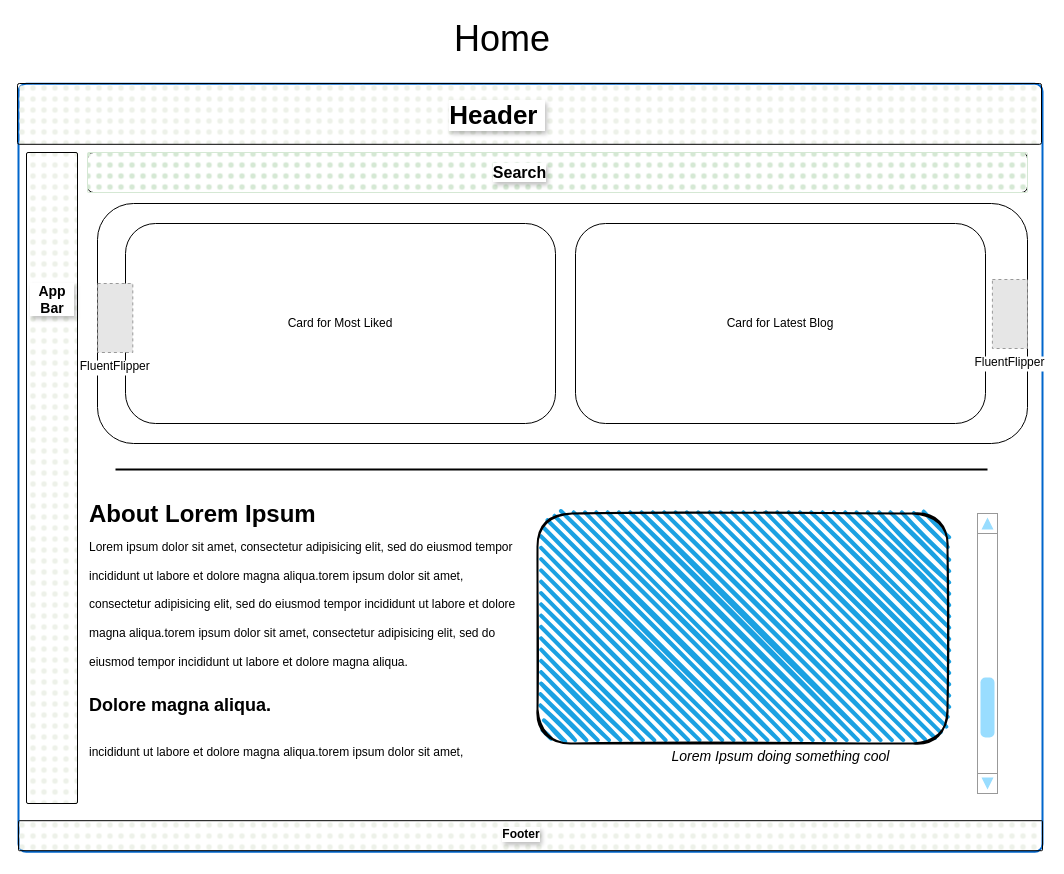
This is page "Ver1Home" (11 of 11) of docs/Mocks_SF.drawio from freemindlabsinc/IntelliBlog, a draw.io file, before an edit. Source tidied: cells renumbered, new cells numbered last; positions are measured from the earlier drawing's top-left corner, leaving out a move shared by most shapes. Both pictures are drawn from the tidied source at 100%, with x=0, y=0 at pixel (17, 23). Pictures stored in the file or linked from it are replaced by grey dashed boxes.
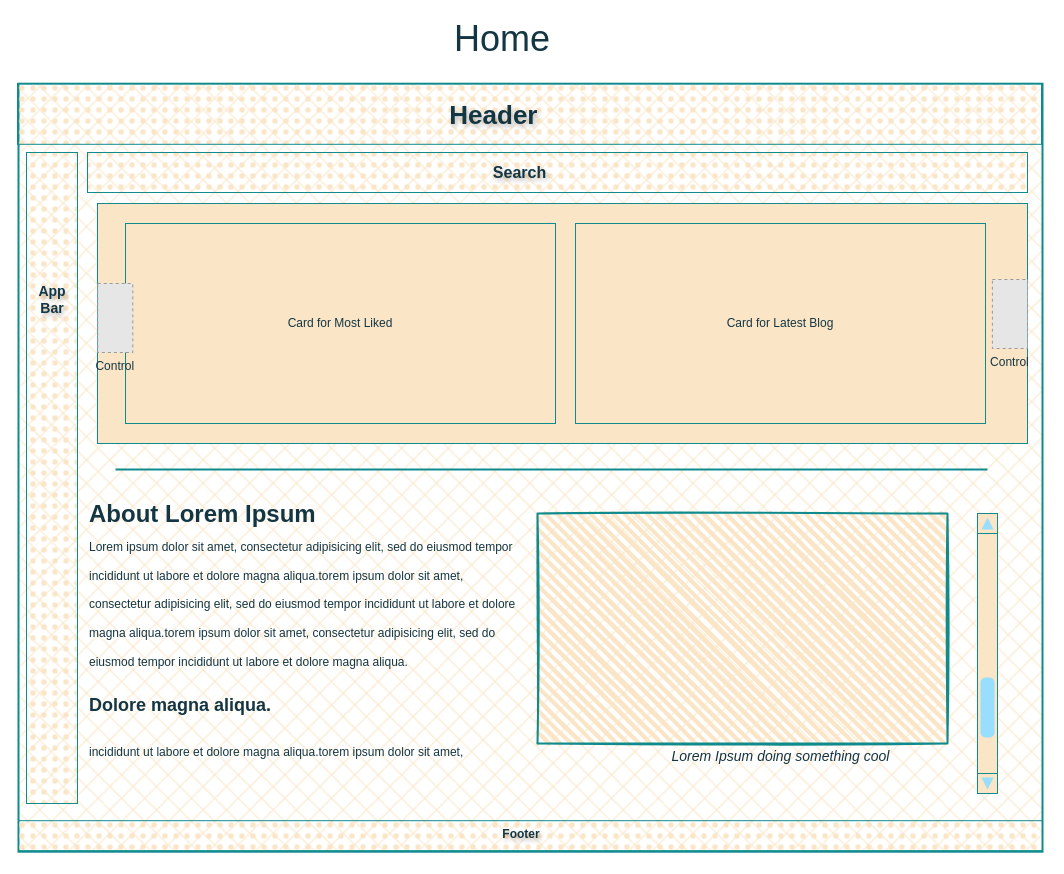
After the change.

Diff of the diagram source:
```diff
@@
-    <mxCell id="2" value="&#10;" style="group;" parent="1" vertex="1">
+    <mxCell id="2" value="&#10;" style="group;rounded=0;labelBackgroundColor=none;fontColor=#143642;" parent="1" vertex="1">
       <mxGeometry y="60" width="1025" height="768.2" as="geometry" />
     </mxCell>
-    <mxCell id="3" style="rounded=1;whiteSpace=wrap;html=1;fillStyle=cross-hatch;strokeColor=#0066CC;align=center;verticalAlign=middle;arcSize=1;fontFamily=Helvetica;fontSize=12;fontColor=default;fillColor=default;strokeWidth=2;" parent="2" vertex="1">
+    <mxCell id="3" style="rounded=0;whiteSpace=wrap;html=1;fillStyle=cross-hatch;strokeColor=#0F8B8D;align=center;verticalAlign=middle;arcSize=1;fontFamily=Helvetica;fontSize=12;fontColor=#143642;fillColor=#FAE5C7;strokeWidth=2;labelBackgroundColor=none;" parent="2" vertex="1">
       <mxGeometry x="1" y="0.2" width="1024" height="768" as="geometry" />
     </mxCell>
-    <mxCell id="4" style="rounded=1;whiteSpace=wrap;html=1;fillStyle=dots;strokeColor=default;align=center;verticalAlign=middle;arcSize=3;fontFamily=Helvetica;fontSize=12;fontColor=default;fillColor=#edf1e9;" parent="2" vertex="1">
+    <mxCell id="4" style="rounded=0;whiteSpace=wrap;html=1;fillStyle=dots;strokeColor=#0F8B8D;align=center;verticalAlign=middle;arcSize=3;fontFamily=Helvetica;fontSize=12;fontColor=#143642;fillColor=#FAE5C7;labelBackgroundColor=none;" parent="2" vertex="1">
       <mxGeometry x="9" y="69" width="51" height="651" as="geometry" />
     </mxCell>
-    <mxCell id="5" value="&lt;font size=&quot;1&quot; style=&quot;&quot;&gt;&lt;b style=&quot;font-size: 14px;&quot;&gt;App Bar&lt;/b&gt;&lt;/font&gt;" style="text;html=1;align=center;verticalAlign=middle;whiteSpace=wrap;rounded=1;fontFamily=Helvetica;fontSize=12;fontColor=default;shadow=1;glass=1;textShadow=1;labelBackgroundColor=default;" parent="2" vertex="1">
+    <mxCell id="5" value="&lt;font size=&quot;1&quot; style=&quot;&quot;&gt;&lt;b style=&quot;font-size: 14px;&quot;&gt;App Bar&lt;/b&gt;&lt;/font&gt;" style="text;html=1;align=center;verticalAlign=middle;whiteSpace=wrap;rounded=0;fontFamily=Helvetica;fontSize=12;fontColor=#143642;shadow=1;glass=1;textShadow=1;labelBackgroundColor=none;" parent="2" vertex="1">
       <mxGeometry x="11.8" y="191" width="45.5" height="50" as="geometry" />
     </mxCell>
-    <mxCell id="6" style="rounded=1;whiteSpace=wrap;html=1;fillStyle=dots;fillColor=#edf1e9;arcSize=3;strokeColor=default;align=center;verticalAlign=middle;fontFamily=Helvetica;fontSize=12;fontColor=default;" parent="2" vertex="1">
+    <mxCell id="6" style="rounded=0;whiteSpace=wrap;html=1;fillStyle=dots;fillColor=#FAE5C7;arcSize=3;strokeColor=#0F8B8D;align=center;verticalAlign=middle;fontFamily=Helvetica;fontSize=12;fontColor=#143642;labelBackgroundColor=none;" parent="2" vertex="1">
       <mxGeometry width="1024" height="60.8" as="geometry" />
     </mxCell>
-    <mxCell id="7" style="rounded=1;whiteSpace=wrap;html=1;fillStyle=dots;strokeColor=default;align=center;verticalAlign=middle;arcSize=3;fontFamily=Helvetica;fontSize=12;fontColor=default;fillColor=#edf1e9;" parent="2" vertex="1">
+    <mxCell id="7" style="rounded=0;whiteSpace=wrap;html=1;fillStyle=dots;strokeColor=#0F8B8D;align=center;verticalAlign=middle;arcSize=3;fontFamily=Helvetica;fontSize=12;fontColor=#143642;fillColor=#FAE5C7;labelBackgroundColor=none;" parent="2" vertex="1">
       <mxGeometry x="1" y="737.2" width="1024" height="30" as="geometry" />
     </mxCell>
-    <mxCell id="8" value="&lt;font style=&quot;font-size: 12px;&quot;&gt;&lt;b style=&quot;font-size: 12px;&quot;&gt;Footer&lt;/b&gt;&lt;/font&gt;" style="text;html=1;align=center;verticalAlign=middle;whiteSpace=wrap;rounded=1;fontFamily=Helvetica;fontSize=12;fontColor=default;shadow=1;glass=1;textShadow=1;labelBackgroundColor=default;" parent="2" vertex="1">
+    <mxCell id="8" value="&lt;font style=&quot;font-size: 12px;&quot;&gt;&lt;b style=&quot;font-size: 12px;&quot;&gt;Footer&lt;/b&gt;&lt;/font&gt;" style="text;html=1;align=center;verticalAlign=middle;whiteSpace=wrap;rounded=0;fontFamily=Helvetica;fontSize=12;fontColor=#143642;shadow=1;glass=1;textShadow=1;labelBackgroundColor=none;" parent="2" vertex="1">
       <mxGeometry x="454" y="736" width="100" height="30" as="geometry" />
     </mxCell>
-    <mxCell id="9" value="&lt;font style=&quot;font-size: 26px;&quot;&gt;&lt;b&gt;Header&amp;nbsp;&lt;/b&gt;&lt;/font&gt;" style="text;html=1;align=center;verticalAlign=middle;whiteSpace=wrap;rounded=1;fontFamily=Helvetica;fontSize=12;fontColor=default;shadow=1;glass=1;textShadow=1;labelBackgroundColor=default;" parent="2" vertex="1">
+    <mxCell id="9" value="&lt;font style=&quot;font-size: 26px;&quot;&gt;&lt;b&gt;Header&amp;nbsp;&lt;/b&gt;&lt;/font&gt;" style="text;html=1;align=center;verticalAlign=middle;whiteSpace=wrap;rounded=0;fontFamily=Helvetica;fontSize=12;fontColor=#143642;shadow=1;glass=1;textShadow=1;labelBackgroundColor=none;" parent="2" vertex="1">
       <mxGeometry x="430" y="17.1" width="100" height="30" as="geometry" />
     </mxCell>
-    <mxCell id="10" style="group;rounded=1;strokeColor=default;" parent="2" vertex="1">
+    <mxCell id="10" style="group;rounded=0;strokeColor=#0F8B8D;labelBackgroundColor=none;fontColor=#143642;" parent="2" vertex="1">
       <mxGeometry x="70" y="69" width="940" height="40" as="geometry" />
     </mxCell>
-    <mxCell id="11" style="rounded=1;whiteSpace=wrap;html=1;fillStyle=dots;strokeColor=#D5E8D4;align=center;verticalAlign=middle;arcSize=3;fontFamily=Helvetica;fontSize=12;fillColor=#d5e8d4;labelBackgroundColor=#CFCFCF;" parent="10" vertex="1">
+    <mxCell id="11" style="rounded=0;whiteSpace=wrap;html=1;fillStyle=dots;strokeColor=#0F8B8D;align=center;verticalAlign=middle;arcSize=3;fontFamily=Helvetica;fontSize=12;fillColor=#FAE5C7;labelBackgroundColor=none;fontColor=#143642;" parent="10" vertex="1">
       <mxGeometry width="940" height="40" as="geometry" />
     </mxCell>
-    <mxCell id="12" value="&lt;div&gt;&lt;font size=&quot;1&quot; style=&quot;&quot;&gt;&lt;b style=&quot;font-size: 16px;&quot;&gt;Search&lt;/b&gt;&lt;/font&gt;&lt;/div&gt;" style="text;html=1;align=center;verticalAlign=middle;whiteSpace=wrap;rounded=1;fontFamily=Helvetica;fontSize=12;fontColor=default;shadow=1;glass=1;textShadow=1;labelBackgroundColor=default;" parent="10" vertex="1">
+    <mxCell id="12" value="&lt;div&gt;&lt;font size=&quot;1&quot; style=&quot;&quot;&gt;&lt;b style=&quot;font-size: 16px;&quot;&gt;Search&lt;/b&gt;&lt;/font&gt;&lt;/div&gt;" style="text;html=1;align=center;verticalAlign=middle;whiteSpace=wrap;rounded=0;fontFamily=Helvetica;fontSize=12;fontColor=#143642;shadow=1;glass=1;textShadow=1;labelBackgroundColor=none;" parent="10" vertex="1">
       <mxGeometry x="345" y="5" width="174.7" height="30" as="geometry" />
     </mxCell>
-    <mxCell id="13" style="rounded=1;whiteSpace=wrap;html=1;" parent="2" vertex="1">
+    <mxCell id="13" style="rounded=0;whiteSpace=wrap;html=1;labelBackgroundColor=none;fillColor=#FAE5C7;strokeColor=#0F8B8D;fontColor=#143642;" parent="2" vertex="1">
       <mxGeometry x="80" y="120" width="930" height="240" as="geometry" />
     </mxCell>
-    <mxCell id="14" value="Card for Most Liked" style="rounded=1;whiteSpace=wrap;html=1;" parent="2" vertex="1">
+    <mxCell id="14" value="Card for Most Liked" style="rounded=0;whiteSpace=wrap;html=1;labelBackgroundColor=none;fillColor=#FAE5C7;strokeColor=#0F8B8D;fontColor=#143642;" parent="2" vertex="1">
       <mxGeometry x="108" y="140" width="430" height="200" as="geometry" />
     </mxCell>
-    <mxCell id="15" value="Card for Latest Blog" style="rounded=1;whiteSpace=wrap;html=1;" parent="2" vertex="1">
+    <mxCell id="15" value="Card for Latest Blog" style="rounded=0;whiteSpace=wrap;html=1;labelBackgroundColor=none;fillColor=#FAE5C7;strokeColor=#0F8B8D;fontColor=#143642;" parent="2" vertex="1">
       <mxGeometry x="558" y="140" width="410" height="200" as="geometry" />
     </mxCell>
-    <mxCell id="16" value="&lt;h1 style=&quot;margin-top: 0px;&quot;&gt;&lt;span style=&quot;background-color: initial;&quot;&gt;About Lorem Ipsum&lt;br&gt;&lt;/span&gt;&lt;span style=&quot;background-color: initial; font-size: 12px; font-weight: normal;&quot;&gt;Lorem ipsum dolor sit amet, consectetur adipisicing elit, sed do eiusmod tempor incididunt ut labore et dolore magna aliqua.&lt;/span&gt;&lt;font style=&quot;font-size: 12px; font-weight: normal;&quot;&gt;&lt;span style=&quot;background-color: initial;&quot;&gt;t&lt;/span&gt;orem ipsum dolor sit amet, consectetur adipisicing elit, sed do eiusmod tempor incididunt ut labore et dolore magna aliqua.torem ipsum dolor sit amet, consectetur adipisicing elit, sed do eiusmod tempor incididunt ut labore et dolore magna aliqua.&lt;/font&gt;&lt;br&gt;&lt;/h1&gt;&lt;h1 style=&quot;margin-top: 0px;&quot;&gt;&lt;font style=&quot;font-size: 18px;&quot;&gt;Dolore magna aliqua.&lt;/font&gt;&lt;/h1&gt;&lt;h1 style=&quot;margin-top: 0px;&quot;&gt;&lt;span style=&quot;background-color: initial; font-size: 12px; font-weight: normal;&quot;&gt;incididunt ut labore et dolore magna aliqua.&lt;/span&gt;&lt;font style=&quot;font-size: 12px; font-weight: normal;&quot;&gt;&lt;span style=&quot;background-color: initial;&quot;&gt;t&lt;/span&gt;orem ipsum dolor sit amet,&lt;/font&gt;&lt;/h1&gt;" style="text;html=1;whiteSpace=wrap;overflow=hidden;rounded=0;" parent="2" vertex="1">
+    <mxCell id="16" value="&lt;h1 style=&quot;margin-top: 0px;&quot;&gt;&lt;span style=&quot;background-color: initial;&quot;&gt;About Lorem Ipsum&lt;br&gt;&lt;/span&gt;&lt;span style=&quot;background-color: initial; font-size: 12px; font-weight: normal;&quot;&gt;Lorem ipsum dolor sit amet, consectetur adipisicing elit, sed do eiusmod tempor incididunt ut labore et dolore magna aliqua.&lt;/span&gt;&lt;font style=&quot;font-size: 12px; font-weight: normal;&quot;&gt;&lt;span style=&quot;background-color: initial;&quot;&gt;t&lt;/span&gt;orem ipsum dolor sit amet, consectetur adipisicing elit, sed do eiusmod tempor incididunt ut labore et dolore magna aliqua.torem ipsum dolor sit amet, consectetur adipisicing elit, sed do eiusmod tempor incididunt ut labore et dolore magna aliqua.&lt;/font&gt;&lt;br&gt;&lt;/h1&gt;&lt;h1 style=&quot;margin-top: 0px;&quot;&gt;&lt;font style=&quot;font-size: 18px;&quot;&gt;Dolore magna aliqua.&lt;/font&gt;&lt;/h1&gt;&lt;h1 style=&quot;margin-top: 0px;&quot;&gt;&lt;span style=&quot;background-color: initial; font-size: 12px; font-weight: normal;&quot;&gt;incididunt ut labore et dolore magna aliqua.&lt;/span&gt;&lt;font style=&quot;font-size: 12px; font-weight: normal;&quot;&gt;&lt;span style=&quot;background-color: initial;&quot;&gt;t&lt;/span&gt;orem ipsum dolor sit amet,&lt;/font&gt;&lt;/h1&gt;" style="text;html=1;whiteSpace=wrap;overflow=hidden;rounded=0;labelBackgroundColor=none;fontColor=#143642;" parent="2" vertex="1">
       <mxGeometry x="70" y="410" width="440" height="300" as="geometry" />
     </mxCell>
-    <mxCell id="17" value="FluentFlipper" style="fillColor=#E6E6E6;strokeColor=#999999;dashed=1;verticalLabelPosition=bottom;labelBackgroundColor=default;verticalAlign=top;" parent="2" vertex="1">
+    <mxCell id="17" value="Control" style="fillColor=#E6E6E6;strokeColor=#999999;dashed=1;verticalLabelPosition=bottom;labelBackgroundColor=none;verticalAlign=top;fontColor=#143642;" parent="2" vertex="1">
       <mxGeometry x="80.2" y="200" width="35.1" height="69" as="geometry" />
     </mxCell>
-    <mxCell id="18" value="FluentFlipper" style="fillColor=#E6E6E6;strokeColor=#999999;dashed=1;verticalLabelPosition=bottom;labelBackgroundColor=default;verticalAlign=top;" parent="2" vertex="1">
+    <mxCell id="18" value="Control" style="fillColor=#E6E6E6;strokeColor=#999999;dashed=1;verticalLabelPosition=bottom;labelBackgroundColor=none;verticalAlign=top;fontColor=#143642;" parent="2" vertex="1">
       <mxGeometry x="974.9" y="196" width="35.1" height="69" as="geometry" />
     </mxCell>
-    <mxCell id="19" style="line;strokeWidth=2;html=1;" parent="2" vertex="1">
+    <mxCell id="19" style="line;strokeWidth=2;html=1;rounded=0;labelBackgroundColor=none;fillColor=#FAE5C7;strokeColor=#0F8B8D;fontColor=#143642;" parent="2" vertex="1">
       <mxGeometry x="98" y="381" width="872" height="10" as="geometry" />
     </mxCell>
-    <mxCell id="20" style="rounded=1;whiteSpace=wrap;html=1;strokeWidth=2;fillWeight=4;hachureGap=8;hachureAngle=45;fillColor=#1ba1e2;sketch=1;" parent="2" vertex="1">
+    <mxCell id="20" style="rounded=0;whiteSpace=wrap;html=1;strokeWidth=2;fillWeight=4;hachureGap=8;hachureAngle=45;fillColor=#FAE5C7;sketch=1;labelBackgroundColor=none;strokeColor=#0F8B8D;fontColor=#143642;" parent="2" vertex="1">
       <mxGeometry x="520" y="430" width="410" height="230" as="geometry" />
     </mxCell>
-    <mxCell id="21" value="&lt;font style=&quot;font-weight: normal; font-size: 14px;&quot;&gt;&lt;i&gt;Lorem Ipsum doing something cool&lt;/i&gt;&lt;/font&gt;" style="text;strokeColor=none;fillColor=none;html=1;fontSize=24;fontStyle=1;verticalAlign=middle;align=center;" parent="2" vertex="1">
+    <mxCell id="21" value="&lt;font style=&quot;font-weight: normal; font-size: 14px;&quot;&gt;&lt;i&gt;Lorem Ipsum doing something cool&lt;/i&gt;&lt;/font&gt;" style="text;strokeColor=none;fillColor=none;html=1;fontSize=24;fontStyle=1;verticalAlign=middle;align=center;rounded=0;labelBackgroundColor=none;fontColor=#143642;" parent="2" vertex="1">
       <mxGeometry x="713" y="650" width="100" height="40" as="geometry" />
     </mxCell>
-    <mxCell id="22" style="verticalLabelPosition=bottom;shadow=0;dashed=0;align=center;html=1;verticalAlign=top;strokeWidth=1;shape=mxgraph.mockup.navigation.scrollBar;strokeColor=#999999;barPos=20;fillColor2=#99ddff;strokeColor2=none;direction=north;" parent="2" vertex="1">
+    <mxCell id="22" style="verticalLabelPosition=bottom;shadow=0;dashed=0;align=center;html=1;verticalAlign=top;strokeWidth=1;shape=mxgraph.mockup.navigation.scrollBar;strokeColor=#0F8B8D;barPos=20;fillColor2=#99ddff;strokeColor2=none;direction=north;rounded=0;labelBackgroundColor=none;fillColor=#FAE5C7;fontColor=#143642;" parent="2" vertex="1">
       <mxGeometry x="960" y="430" width="20" height="280" as="geometry" />
     </mxCell>
-    <mxCell id="23" value="&lt;font style=&quot;font-size: 36px;&quot;&gt;Home&lt;/font&gt;" style="text;html=1;align=center;verticalAlign=middle;whiteSpace=wrap;rounded=0;" parent="1" vertex="1">
+    <mxCell id="23" value="&lt;font style=&quot;font-size: 36px;&quot;&gt;Home&lt;/font&gt;" style="text;html=1;align=center;verticalAlign=middle;whiteSpace=wrap;rounded=0;labelBackgroundColor=none;fontColor=#143642;" parent="1" vertex="1">
       <mxGeometry x="280" width="410" height="30" as="geometry" />
     </mxCell>
```
